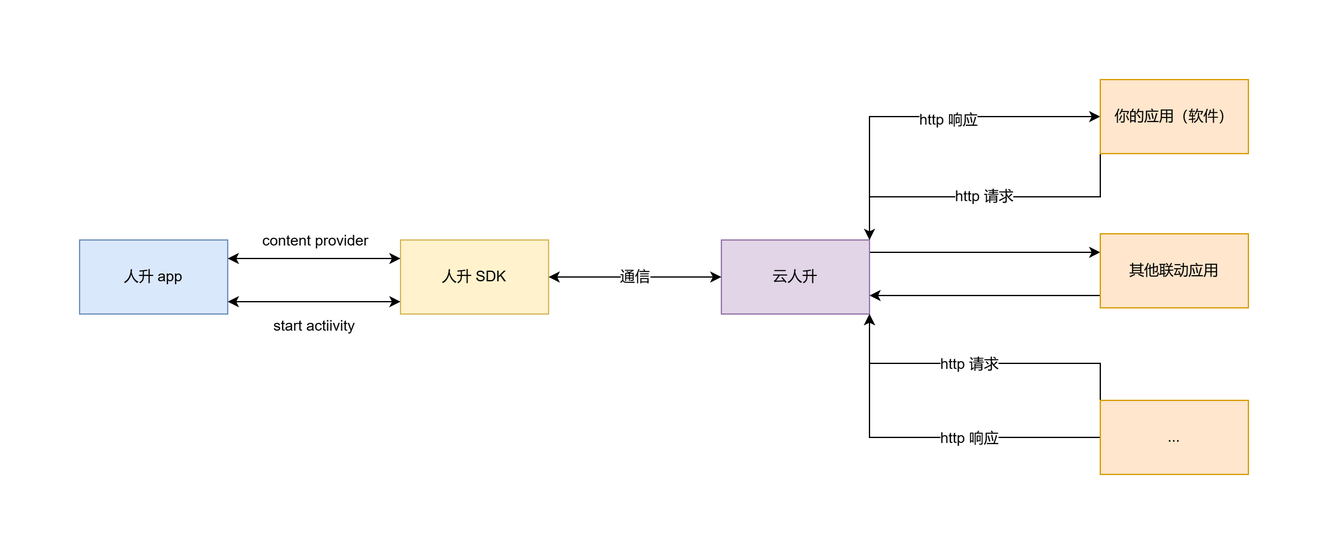
Above: docs/zh-cn/guide/_media/api/cloud.png in Ayagikei/LifeUp-Wiki (draw.io), before the change. Source tidied: cells renumbered, new cells last; positions are measured from the earlier drawing's top-left corner, leaving out a move shared by most shapes.
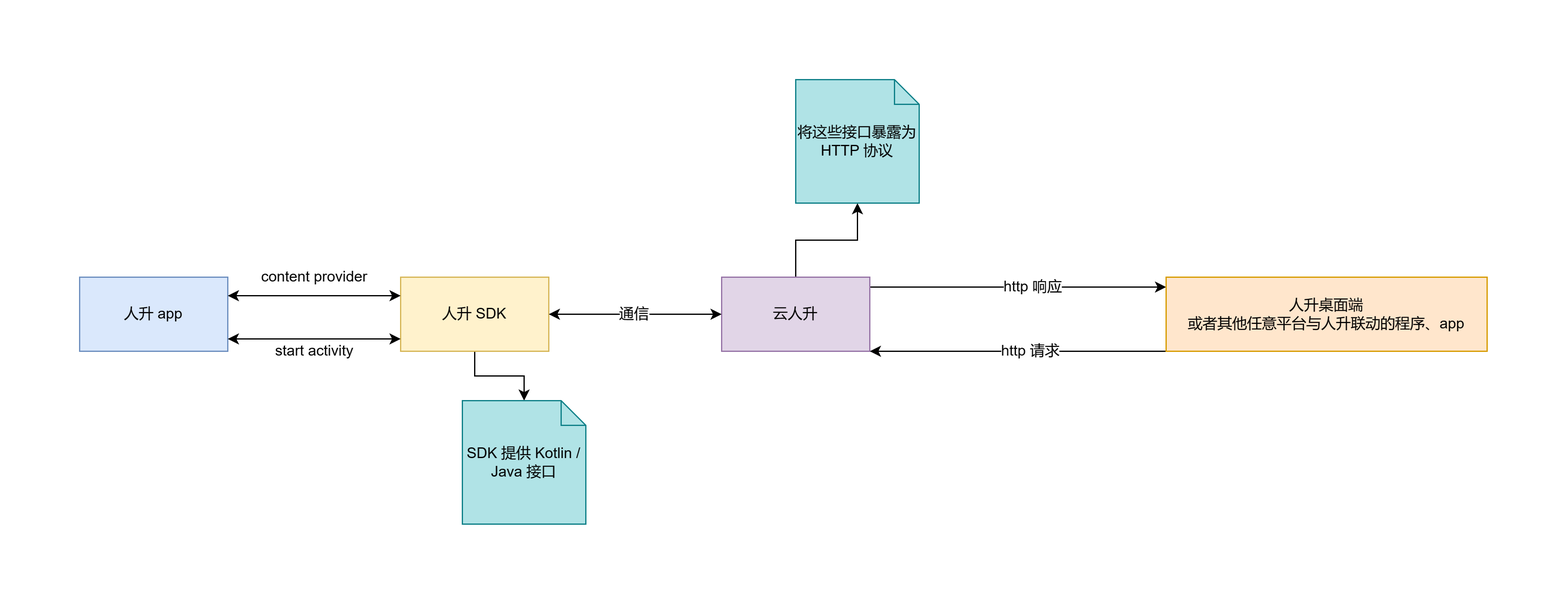
Later version of the same file.

The edit, as a diff of the source:
```diff
@@ -5,68 +5,49 @@
     <mxCell id="2" value="人升 app" style="rounded=0;whiteSpace=wrap;html=1;fillColor=#dae8fc;strokeColor=#6c8ebf;" parent="1" vertex="1">
       <mxGeometry y="130" width="120" height="60" as="geometry" />
     </mxCell>
+    <mxCell id="21" style="edgeStyle=orthogonalEdgeStyle;rounded=0;jettySize=auto;html=1;entryX=0.5;entryY=0;entryDx=0;entryDy=0;entryPerimeter=0;" parent="1" edge="1" source="3" target="25">
+      <mxGeometry relative="1" as="geometry" />
+    </mxCell>
     <mxCell id="3" value="人升 SDK" style="rounded=0;whiteSpace=wrap;html=1;fillColor=#fff2cc;strokeColor=#d6b656;" parent="1" vertex="1">
       <mxGeometry x="260" y="130" width="120" height="60" as="geometry" />
     </mxCell>
-    <mxCell id="4" style="edgeStyle=orthogonalEdgeStyle;rounded=0;jettySize=auto;html=1;exitX=1;exitY=0;exitDx=0;exitDy=0;entryX=0;entryY=0.5;entryDx=0;entryDy=0;" parent="1" edge="1" source="7" target="9">
-      <mxGeometry relative="1" as="geometry" />
-    </mxCell>
-    <mxCell id="5" value="http 响应" style="edgeLabel;html=1;align=center;verticalAlign=middle;" parent="4" vertex="1">
-      <mxGeometry x="0.13" y="-2" relative="1" as="geometry" />
-    </mxCell>
-    <mxCell id="6" style="edgeStyle=orthogonalEdgeStyle;rounded=0;jettySize=auto;html=1;entryX=0;entryY=0.25;entryDx=0;entryDy=0;" parent="1" edge="1" source="7" target="11">
-      <mxGeometry relative="1" as="geometry">
-        <Array as="points">
-          <mxPoint x="670" y="140" />
-          <mxPoint x="670" y="140" />
-        </Array>
-      </mxGeometry>
-    </mxCell>
+    <mxCell id="22" style="edgeStyle=orthogonalEdgeStyle;rounded=0;jettySize=auto;html=1;exitX=1;exitY=0;exitDx=0;exitDy=0;" parent="1" edge="1" source="7" target="16">
+      <mxGeometry relative="1" as="geometry">
+        <Array as="points">
+          <mxPoint x="640" y="138" />
+        </Array>
+      </mxGeometry>
+    </mxCell>
+    <mxCell id="23" value="http 响应" style="edgeLabel;html=1;align=center;verticalAlign=middle;" parent="22" vertex="1">
+      <mxGeometry x="-0.3" relative="1" as="geometry">
+        <mxPoint x="53" as="offset" />
+      </mxGeometry>
+    </mxCell>
+    <mxCell id="24" style="edgeStyle=orthogonalEdgeStyle;rounded=0;jettySize=auto;html=1;entryX=0.5;entryY=1;entryDx=0;entryDy=0;entryPerimeter=0;" parent="1" edge="1" source="7" target="26">
+      <mxGeometry relative="1" as="geometry" />
+    </mxCell>
     <mxCell id="7" value="云人升" style="rounded=0;whiteSpace=wrap;html=1;fillColor=#e1d5e7;strokeColor=#9673a6;" parent="1" vertex="1">
       <mxGeometry x="520" y="130" width="120" height="60" as="geometry" />
     </mxCell>
-    <mxCell id="8" value="http 请求" style="edgeStyle=orthogonalEdgeStyle;rounded=0;jettySize=auto;html=1;exitX=0;exitY=1;exitDx=0;exitDy=0;entryX=1;entryY=0;entryDx=0;entryDy=0;" parent="1" edge="1" source="9" target="7">
-      <mxGeometry relative="1" as="geometry" />
-    </mxCell>
-    <mxCell id="9" value="你的应用（软件）" style="rounded=0;whiteSpace=wrap;html=1;fillColor=#ffe6cc;strokeColor=#d79b00;" parent="1" vertex="1">
-      <mxGeometry x="827" width="120" height="60" as="geometry" />
-    </mxCell>
-    <mxCell id="10" style="edgeStyle=orthogonalEdgeStyle;rounded=0;jettySize=auto;html=1;exitX=0;exitY=0.75;exitDx=0;exitDy=0;entryX=1;entryY=0.75;entryDx=0;entryDy=0;" parent="1" edge="1" source="11" target="7">
-      <mxGeometry relative="1" as="geometry">
-        <Array as="points">
-          <mxPoint x="827" y="175" />
-        </Array>
-      </mxGeometry>
-    </mxCell>
-    <mxCell id="11" value="其他联动应用" style="rounded=0;whiteSpace=wrap;html=1;fillColor=#ffe6cc;strokeColor=#d79b00;" parent="1" vertex="1">
-      <mxGeometry x="827" y="125" width="120" height="60" as="geometry" />
-    </mxCell>
-    <mxCell id="12" style="edgeStyle=orthogonalEdgeStyle;rounded=0;jettySize=auto;html=1;entryX=1;entryY=1;entryDx=0;entryDy=0;" parent="1" edge="1" source="16" target="7">
-      <mxGeometry relative="1" as="geometry" />
-    </mxCell>
-    <mxCell id="13" value="http 响应" style="edgeLabel;html=1;align=center;verticalAlign=middle;" parent="12" vertex="1">
-      <mxGeometry x="-0.06" y="1" relative="1" as="geometry">
-        <mxPoint x="28" y="-1" as="offset" />
-      </mxGeometry>
-    </mxCell>
     <mxCell id="14" style="edgeStyle=orthogonalEdgeStyle;rounded=0;jettySize=auto;html=1;exitX=0;exitY=0.5;exitDx=0;exitDy=0;entryX=1;entryY=1;entryDx=0;entryDy=0;" parent="1" edge="1" source="16" target="7">
       <mxGeometry relative="1" as="geometry">
         <Array as="points">
-          <mxPoint x="827" y="230" />
-          <mxPoint x="640" y="230" />
+          <mxPoint x="880" y="190" />
         </Array>
       </mxGeometry>
     </mxCell>
     <mxCell id="15" value="http 请求" style="edgeLabel;html=1;align=center;verticalAlign=middle;" parent="14" vertex="1">
       <mxGeometry x="0.23" relative="1" as="geometry">
-        <mxPoint x="10" as="offset" />
+        <mxPoint x="26" as="offset" />
       </mxGeometry>
     </mxCell>
-    <mxCell id="16" value="..." style="rounded=0;whiteSpace=wrap;html=1;fillColor=#ffe6cc;strokeColor=#d79b00;" parent="1" vertex="1">
-      <mxGeometry x="827" y="260" width="120" height="60" as="geometry" />
+    <mxCell id="16" value="人升桌面端&lt;br&gt;或者其他任意平台与人升联动的程序、app" style="rounded=0;whiteSpace=wrap;html=1;fillColor=#ffe6cc;strokeColor=#d79b00;" parent="1" vertex="1">
+      <mxGeometry x="880" y="130" width="260" height="60" as="geometry" />
     </mxCell>
     <mxCell id="17" value="通信" style="endArrow=classic;startArrow=classic;html=1;rounded=0;exitX=1;exitY=0.5;exitDx=0;exitDy=0;entryX=0;entryY=0.5;entryDx=0;entryDy=0;" parent="1" edge="1" source="3" target="7">
-      <mxGeometry relative="1" as="geometry" />
+      <mxGeometry relative="1" as="geometry">
+        <mxPoint x="-1" as="offset" />
+      </mxGeometry>
     </mxCell>
     <mxCell id="18" style="endArrow=classic;startArrow=classic;html=1;rounded=0;exitX=1;exitY=0.25;exitDx=0;exitDy=0;" parent="1" edge="1" source="2">
       <mxGeometry relative="1" as="geometry">
@@ -78,11 +59,17 @@
         <mxPoint x="25" y="-13" as="offset" />
       </mxGeometry>
     </mxCell>
-    <mxCell id="20" value="start actiivity" style="endArrow=classic;startArrow=classic;html=1;rounded=0;exitX=1;exitY=0.25;exitDx=0;exitDy=0;" parent="1" edge="1">
-      <mxGeometry y="-20" relative="1" as="geometry">
+    <mxCell id="20" value="start activity" style="endArrow=classic;startArrow=classic;html=1;rounded=0;exitX=1;exitY=0.25;exitDx=0;exitDy=0;" parent="1" edge="1">
+      <mxGeometry y="-10" relative="1" as="geometry">
         <mxPoint x="120" y="180" as="sourcePoint" />
         <mxPoint x="260" y="180" as="targetPoint" />
       </mxGeometry>
     </mxCell>
+    <mxCell id="25" value="SDK 提供 Kotlin / Java 接口" style="shape=note;size=20;whiteSpace=wrap;html=1;fillColor=#b0e3e6;strokeColor=#0e8088;" parent="1" vertex="1">
+      <mxGeometry x="310" y="230" width="100" height="100" as="geometry" />
+    </mxCell>
+    <mxCell id="26" value="将这些接口暴露为HTTP 协议" style="shape=note;size=20;whiteSpace=wrap;html=1;fillColor=#b0e3e6;strokeColor=#0e8088;" parent="1" vertex="1">
+      <mxGeometry x="580" y="-30" width="100" height="100" as="geometry" />
+    </mxCell>
   </root>
 </mxGraphModel>
```
